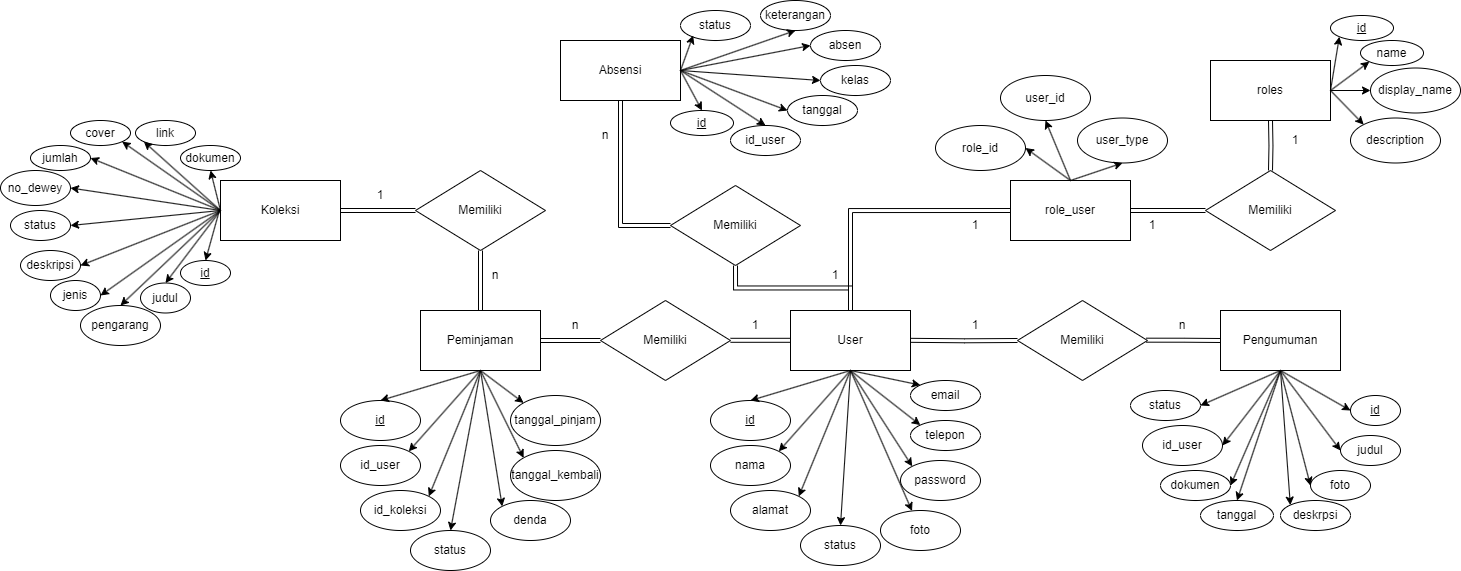
This is img/Diagram Pusaka-ERD.drawio.png from rikkamoe/ta-storage, a draw.io export, as it was before one commit. Source tidied: cells renumbered, new cells last; positions are measured from the earlier drawing's top-left corner, leaving out a move shared by most shapes.
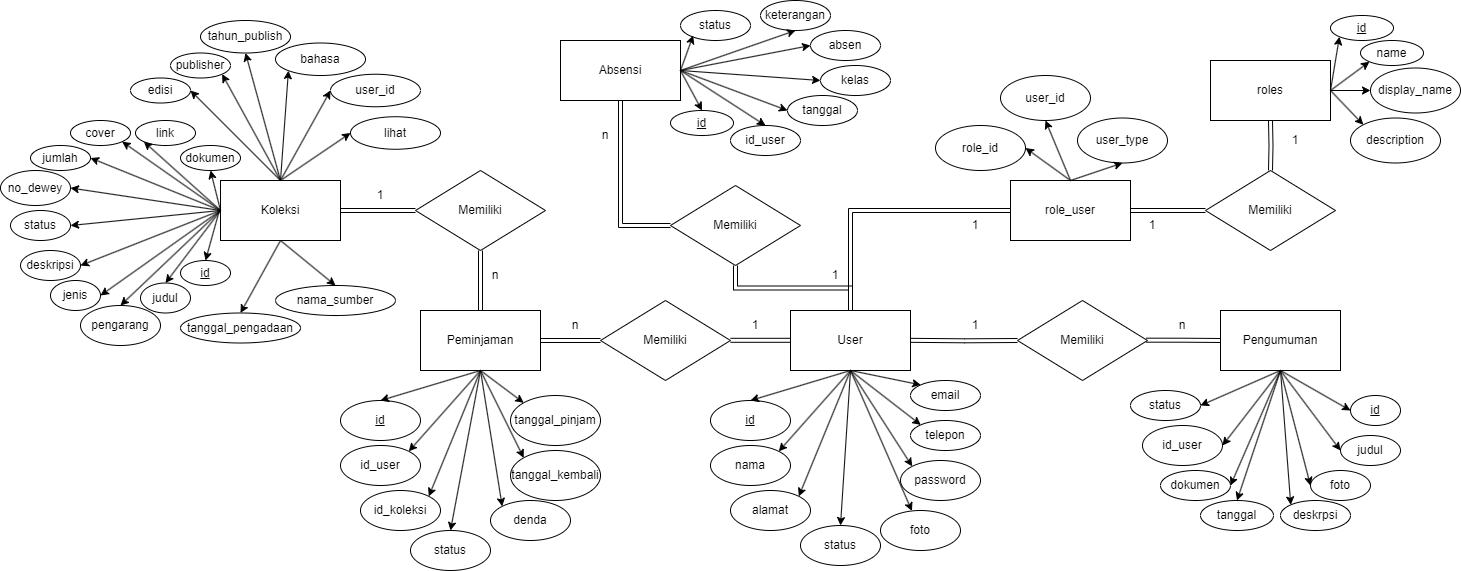
After the commit.

What changed in the source:
```diff
@@ -436,5 +436,53 @@
     <mxCell id="131" style="endArrow=classic;html=1;rounded=0;entryX=0.5;entryY=1;entryDx=0;entryDy=0;exitX=0.5;exitY=0;exitDx=0;exitDy=0;" parent="1" edge="1" source="120" target="127">
       <mxGeometry relative="1" as="geometry" />
     </mxCell>
+    <mxCell id="132" value="edisi" style="ellipse;whiteSpace=wrap;html=1;" parent="1" vertex="1">
+      <mxGeometry x="130" y="77.5" width="60" height="25" as="geometry" />
+    </mxCell>
+    <mxCell id="133" value="publisher" style="ellipse;whiteSpace=wrap;html=1;" parent="1" vertex="1">
+      <mxGeometry x="170" y="52.5" width="60" height="25" as="geometry" />
+    </mxCell>
+    <mxCell id="134" value="tahun_publish" style="ellipse;whiteSpace=wrap;html=1;" parent="1" vertex="1">
+      <mxGeometry x="200" y="20" width="90" height="32.5" as="geometry" />
+    </mxCell>
+    <mxCell id="135" value="bahasa" style="ellipse;whiteSpace=wrap;html=1;" parent="1" vertex="1">
+      <mxGeometry x="275" y="42.5" width="90" height="32.5" as="geometry" />
+    </mxCell>
+    <mxCell id="136" value="user_id" style="ellipse;whiteSpace=wrap;html=1;" parent="1" vertex="1">
+      <mxGeometry x="330" y="73.8" width="90" height="32.5" as="geometry" />
+    </mxCell>
+    <mxCell id="137" value="lihat" style="ellipse;whiteSpace=wrap;html=1;" parent="1" vertex="1">
+      <mxGeometry x="350" y="116.2" width="90" height="32.5" as="geometry" />
+    </mxCell>
+    <mxCell id="138" value="tanggal_pengadaan" style="ellipse;whiteSpace=wrap;html=1;" parent="1" vertex="1">
+      <mxGeometry x="180" y="312.5" width="120" height="30" as="geometry" />
+    </mxCell>
+    <mxCell id="139" value="nama_sumber" style="ellipse;whiteSpace=wrap;html=1;" parent="1" vertex="1">
+      <mxGeometry x="275" y="285" width="120" height="30" as="geometry" />
+    </mxCell>
+    <mxCell id="140" style="endArrow=classic;html=1;rounded=0;exitX=0.5;exitY=0;exitDx=0;exitDy=0;entryX=1;entryY=0.5;entryDx=0;entryDy=0;" parent="1" edge="1" source="39" target="132">
+      <mxGeometry relative="1" as="geometry" />
+    </mxCell>
+    <mxCell id="141" style="endArrow=classic;html=1;rounded=0;exitX=0.5;exitY=0;exitDx=0;exitDy=0;entryX=1;entryY=1;entryDx=0;entryDy=0;" parent="1" edge="1" source="39" target="133">
+      <mxGeometry relative="1" as="geometry" />
+    </mxCell>
+    <mxCell id="142" style="endArrow=classic;html=1;rounded=0;exitX=0.5;exitY=0;exitDx=0;exitDy=0;entryX=0.5;entryY=1;entryDx=0;entryDy=0;" parent="1" edge="1" source="39" target="134">
+      <mxGeometry relative="1" as="geometry" />
+    </mxCell>
+    <mxCell id="143" style="endArrow=classic;html=1;rounded=0;exitX=0.5;exitY=0;exitDx=0;exitDy=0;entryX=0;entryY=1;entryDx=0;entryDy=0;" parent="1" edge="1" source="39" target="135">
+      <mxGeometry relative="1" as="geometry" />
+    </mxCell>
+    <mxCell id="144" style="endArrow=classic;html=1;rounded=0;exitX=0.5;exitY=0;exitDx=0;exitDy=0;entryX=0;entryY=0.5;entryDx=0;entryDy=0;" parent="1" edge="1" source="39" target="136">
+      <mxGeometry relative="1" as="geometry" />
+    </mxCell>
+    <mxCell id="145" style="endArrow=classic;html=1;rounded=0;exitX=0.5;exitY=0;exitDx=0;exitDy=0;entryX=0;entryY=0.5;entryDx=0;entryDy=0;" parent="1" edge="1" source="39" target="137">
+      <mxGeometry relative="1" as="geometry" />
+    </mxCell>
+    <mxCell id="146" style="endArrow=classic;html=1;rounded=0;exitX=0.5;exitY=1;exitDx=0;exitDy=0;entryX=0.5;entryY=0;entryDx=0;entryDy=0;" parent="1" edge="1" source="39" target="138">
+      <mxGeometry relative="1" as="geometry" />
+    </mxCell>
+    <mxCell id="147" style="endArrow=classic;html=1;rounded=0;exitX=0.5;exitY=1;exitDx=0;exitDy=0;entryX=0.5;entryY=0;entryDx=0;entryDy=0;" parent="1" edge="1" source="39" target="139">
+      <mxGeometry relative="1" as="geometry" />
+    </mxCell>
   </root>
 </mxGraphModel>
```
